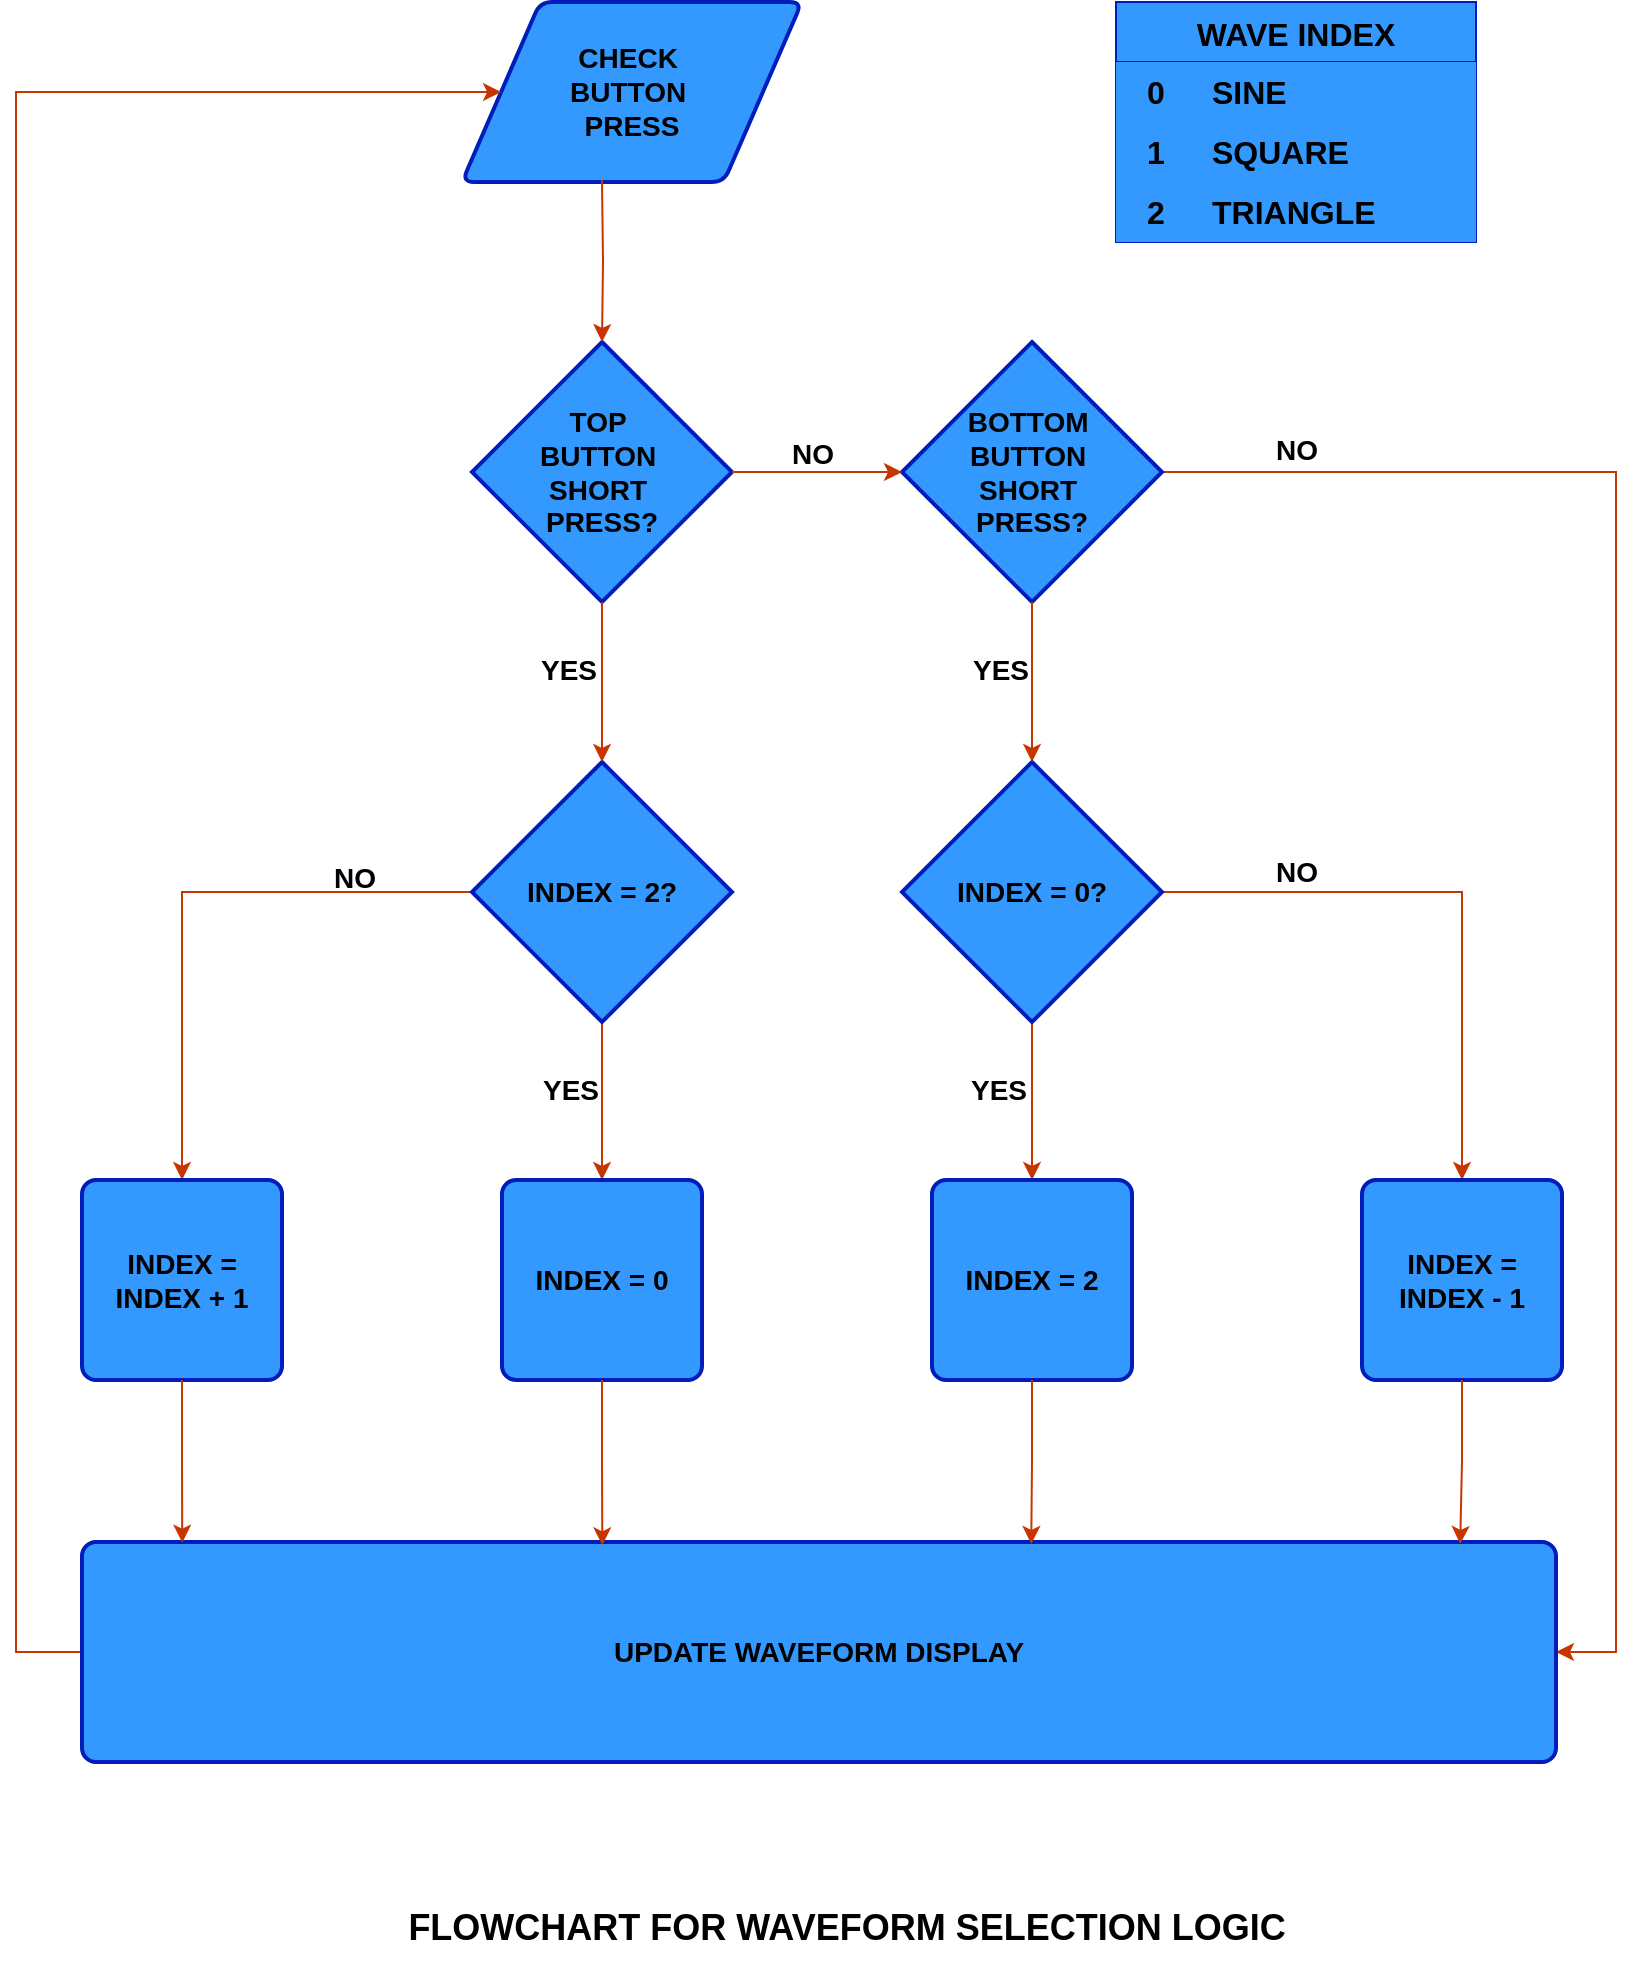
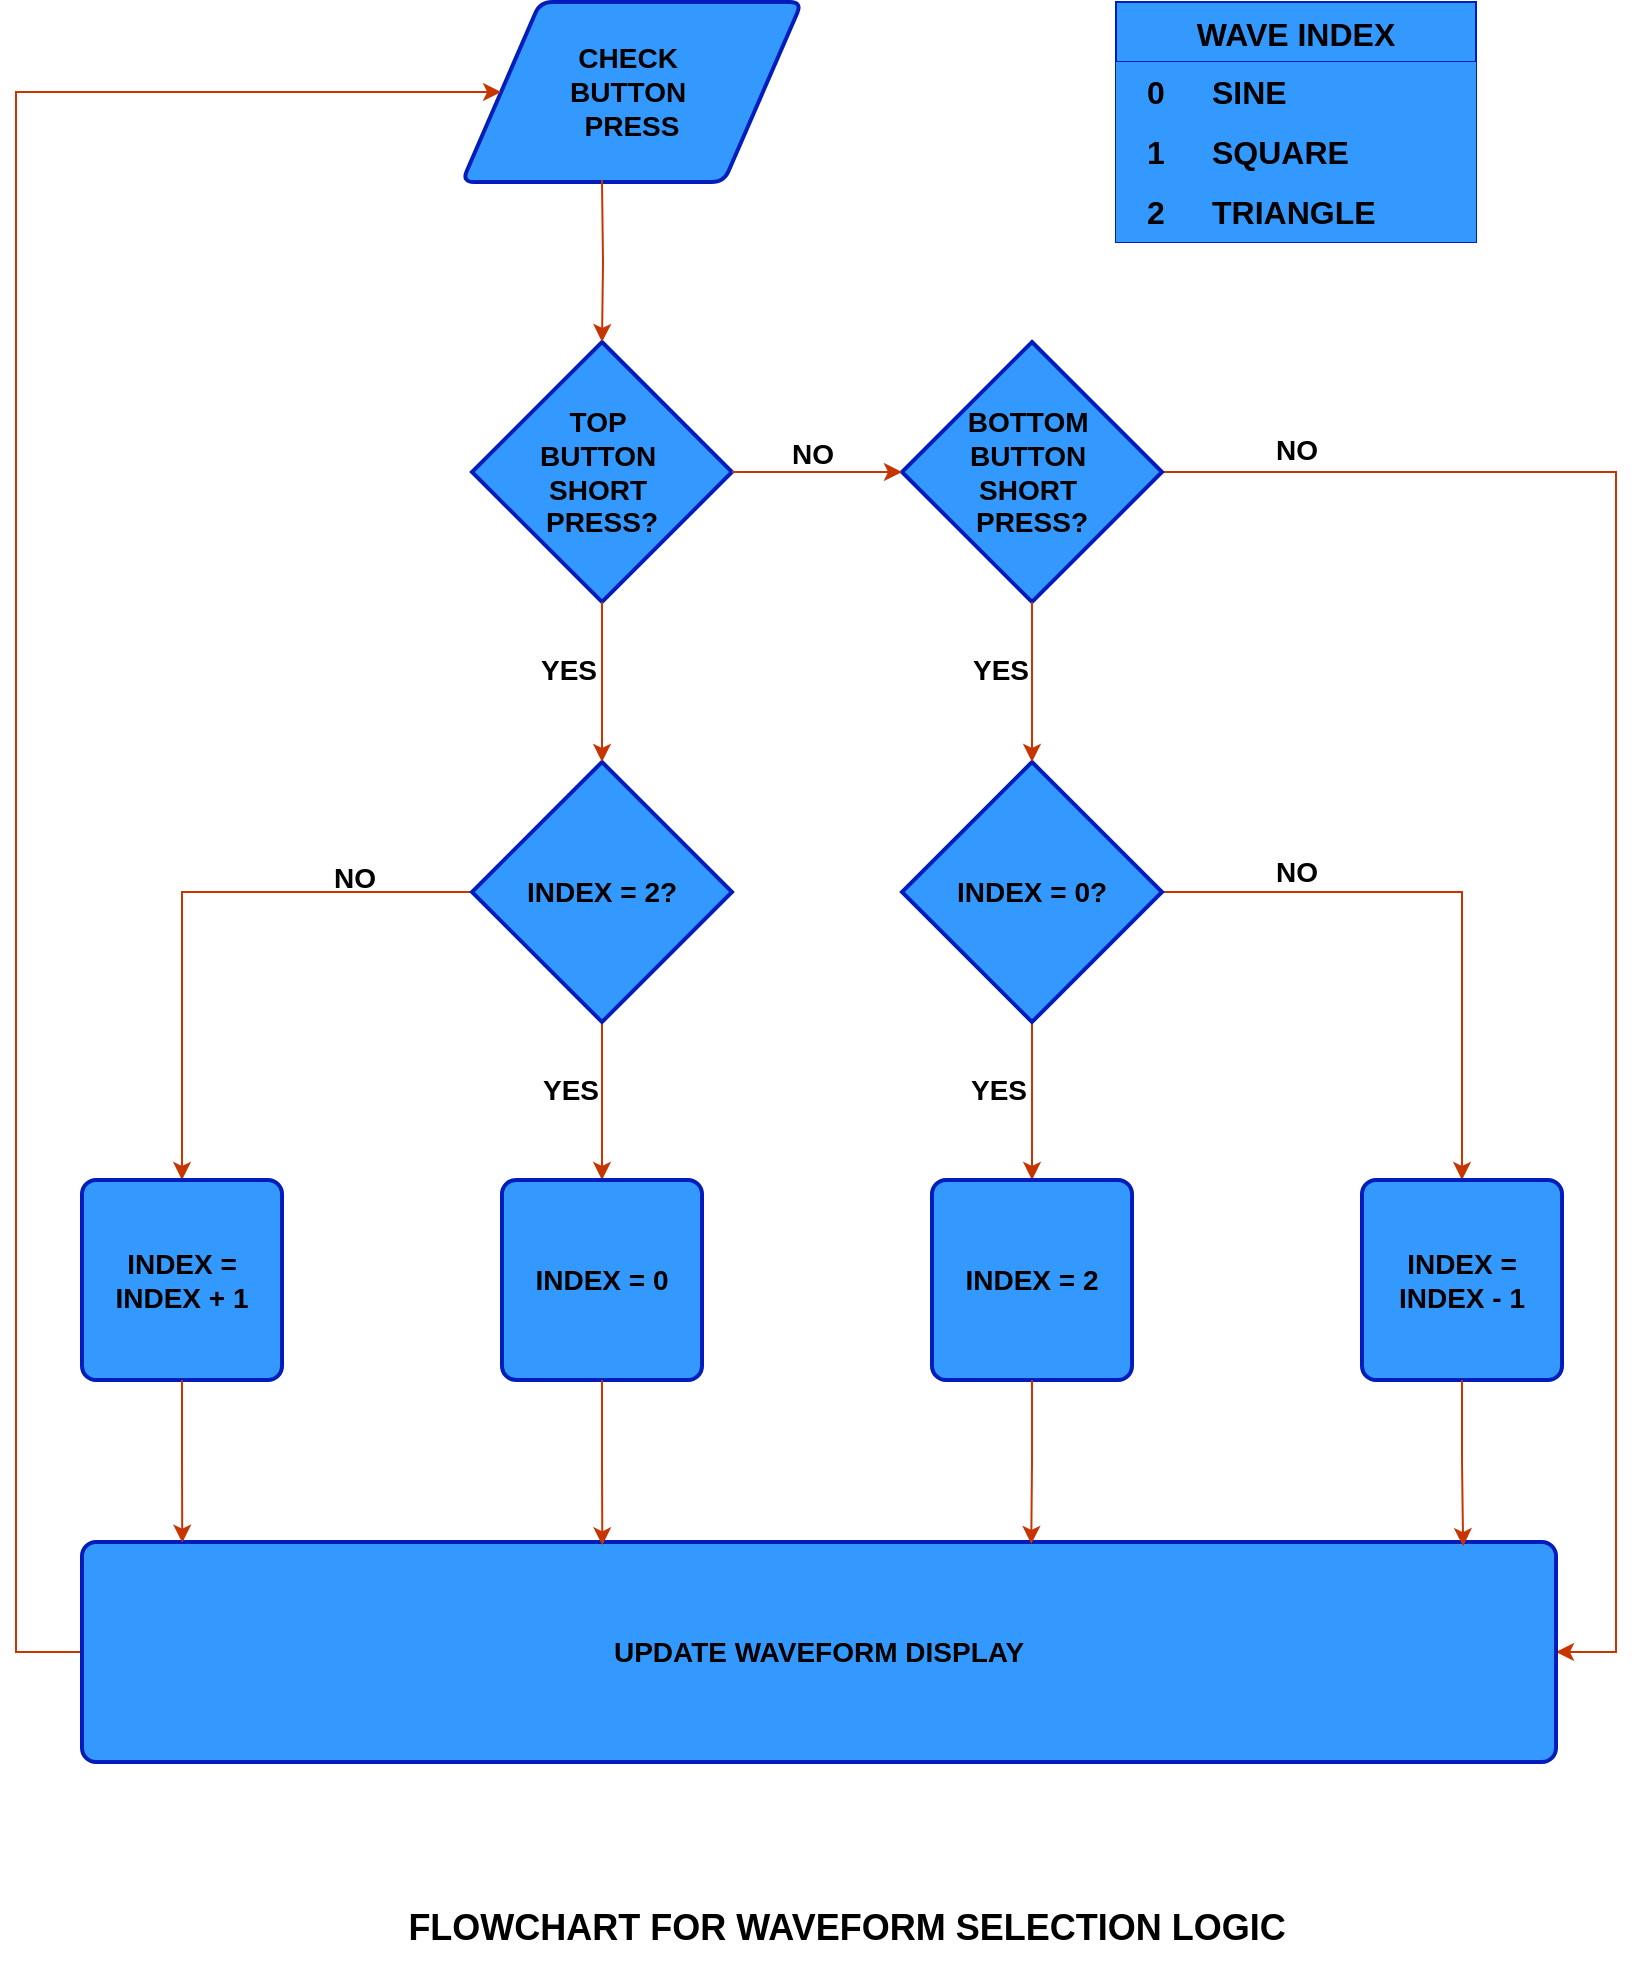
<mxfile host="Electron" agent="Mozilla/5.0 (Windows NT 10.0; Win64; x64) AppleWebKit/537.36 (KHTML, like Gecko) draw.io/25.0.2 Chrome/128.0.6613.186 Electron/32.2.5 Safari/537.36" version="25.0.2">
  <diagram name="Page-1" id="e5k1PKkikRhb9cdgyxIi">
-     <mxGraphModel dx="880" dy="540" grid="1" gridSize="10" guides="1" tooltips="1" connect="1" arrows="1" fold="1" page="1" pageScale="1" pageWidth="850" pageHeight="1100" math="0" shadow="0">
+     <mxGraphModel dx="476" dy="292" grid="1" gridSize="10" guides="1" tooltips="1" connect="1" arrows="1" fold="1" page="1" pageScale="1" pageWidth="850" pageHeight="1100" math="0" shadow="0">
      <root>
        <mxCell id="0" />
        <mxCell id="1" parent="0" />
        <mxCell id="WsLoB2kRwpurbYqmuZyA-1" value="&lt;font color=&quot;#000000&quot; style=&quot;font-size: 14px;&quot;&gt;&lt;b&gt;CHECK&amp;nbsp;&lt;/b&gt;&lt;/font&gt;&lt;div&gt;&lt;font color=&quot;#000000&quot; style=&quot;font-size: 14px;&quot;&gt;&lt;b&gt;BUTTON&amp;nbsp;&lt;/b&gt;&lt;/font&gt;&lt;/div&gt;&lt;div&gt;&lt;font color=&quot;#000000&quot; style=&quot;font-size: 14px;&quot;&gt;&lt;b&gt;PRESS&lt;/b&gt;&lt;/font&gt;&lt;/div&gt;" style="shape=parallelogram;html=1;strokeWidth=2;perimeter=parallelogramPerimeter;whiteSpace=wrap;rounded=1;arcSize=12;size=0.23;fillColor=#3399FF;fontColor=#ffffff;strokeColor=#001DBC;" parent="1" vertex="1">
          <mxGeometry x="233" y="70" width="170" height="90" as="geometry" />
        </mxCell>
        <mxCell id="WsLoB2kRwpurbYqmuZyA-2" value="&lt;b&gt;&lt;font style=&quot;font-size: 14px;&quot; color=&quot;#000000&quot;&gt;TOP&amp;nbsp;&lt;/font&gt;&lt;/b&gt;&lt;div&gt;&lt;b&gt;&lt;font style=&quot;font-size: 14px;&quot; color=&quot;#000000&quot;&gt;BUTTON&amp;nbsp;&lt;/font&gt;&lt;/b&gt;&lt;/div&gt;&lt;div&gt;&lt;b&gt;&lt;font style=&quot;font-size: 14px;&quot; color=&quot;#000000&quot;&gt;SHORT&amp;nbsp;&lt;/font&gt;&lt;/b&gt;&lt;/div&gt;&lt;div&gt;&lt;b&gt;&lt;font style=&quot;font-size: 14px;&quot; color=&quot;#000000&quot;&gt;PRESS?&lt;/font&gt;&lt;/b&gt;&lt;/div&gt;" style="strokeWidth=2;html=1;shape=mxgraph.flowchart.decision;whiteSpace=wrap;fillColor=#3399FF;fontColor=#ffffff;strokeColor=#001DBC;" parent="1" vertex="1">
          <mxGeometry x="238" y="240" width="130" height="130" as="geometry" />
        </mxCell>
        <mxCell id="WsLoB2kRwpurbYqmuZyA-18" style="edgeStyle=orthogonalEdgeStyle;rounded=0;orthogonalLoop=1;jettySize=auto;html=1;exitX=0.5;exitY=1;exitDx=0;exitDy=0;exitPerimeter=0;entryX=0.5;entryY=0;entryDx=0;entryDy=0;fillColor=#fa6800;strokeColor=#C73500;" parent="1" source="WsLoB2kRwpurbYqmuZyA-3" target="WsLoB2kRwpurbYqmuZyA-6" edge="1">
          <mxGeometry relative="1" as="geometry" />
        </mxCell>
        <mxCell id="WsLoB2kRwpurbYqmuZyA-46" style="edgeStyle=orthogonalEdgeStyle;rounded=0;orthogonalLoop=1;jettySize=auto;html=1;exitX=0;exitY=0.5;exitDx=0;exitDy=0;exitPerimeter=0;entryX=0.5;entryY=0;entryDx=0;entryDy=0;fillColor=#fa6800;strokeColor=#C73500;" parent="1" source="WsLoB2kRwpurbYqmuZyA-3" target="WsLoB2kRwpurbYqmuZyA-8" edge="1">
          <mxGeometry relative="1" as="geometry" />
        </mxCell>
        <mxCell id="WsLoB2kRwpurbYqmuZyA-3" value="&lt;b&gt;&lt;font style=&quot;font-size: 14px;&quot; color=&quot;#000000&quot;&gt;INDEX = 2?&lt;/font&gt;&lt;/b&gt;" style="strokeWidth=2;html=1;shape=mxgraph.flowchart.decision;whiteSpace=wrap;fillColor=#3399FF;fontColor=#ffffff;strokeColor=#001DBC;" parent="1" vertex="1">
          <mxGeometry x="238" y="450" width="130" height="130" as="geometry" />
        </mxCell>
        <mxCell id="WsLoB2kRwpurbYqmuZyA-42" style="edgeStyle=orthogonalEdgeStyle;rounded=0;orthogonalLoop=1;jettySize=auto;html=1;exitX=1;exitY=0.5;exitDx=0;exitDy=0;exitPerimeter=0;entryX=1;entryY=0.5;entryDx=0;entryDy=0;fillColor=#fa6800;strokeColor=#C73500;" parent="1" source="WsLoB2kRwpurbYqmuZyA-4" target="WsLoB2kRwpurbYqmuZyA-10" edge="1">
          <mxGeometry relative="1" as="geometry">
            <Array as="points">
              <mxPoint x="810" y="305" />
              <mxPoint x="810" y="895" />
            </Array>
          </mxGeometry>
        </mxCell>
        <mxCell id="WsLoB2kRwpurbYqmuZyA-4" value="&lt;div&gt;&lt;b&gt;&lt;font style=&quot;font-size: 14px;&quot; color=&quot;#000000&quot;&gt;&lt;span style=&quot;background-color: initial;&quot;&gt;BOTTOM&amp;nbsp;&lt;/span&gt;&lt;/font&gt;&lt;/b&gt;&lt;/div&gt;&lt;div&gt;&lt;b&gt;&lt;font style=&quot;font-size: 14px;&quot; color=&quot;#000000&quot;&gt;&lt;span style=&quot;background-color: initial;&quot;&gt;BUTTON&amp;nbsp;&lt;/span&gt;&lt;br&gt;&lt;/font&gt;&lt;/b&gt;&lt;/div&gt;&lt;div&gt;&lt;b&gt;&lt;font style=&quot;font-size: 14px;&quot; color=&quot;#000000&quot;&gt;SHORT&amp;nbsp;&lt;/font&gt;&lt;/b&gt;&lt;/div&gt;&lt;div&gt;&lt;b&gt;&lt;font style=&quot;font-size: 14px;&quot; color=&quot;#000000&quot;&gt;PRESS?&lt;/font&gt;&lt;/b&gt;&lt;/div&gt;" style="strokeWidth=2;html=1;shape=mxgraph.flowchart.decision;whiteSpace=wrap;fillColor=#3399FF;fontColor=#ffffff;strokeColor=#001DBC;" parent="1" vertex="1">
          <mxGeometry x="453" y="240" width="130" height="130" as="geometry" />
        </mxCell>
        <mxCell id="WsLoB2kRwpurbYqmuZyA-17" style="edgeStyle=orthogonalEdgeStyle;rounded=0;orthogonalLoop=1;jettySize=auto;html=1;exitX=0.5;exitY=1;exitDx=0;exitDy=0;exitPerimeter=0;entryX=0.5;entryY=0;entryDx=0;entryDy=0;fillColor=#fa6800;strokeColor=#C73500;" parent="1" source="WsLoB2kRwpurbYqmuZyA-5" target="WsLoB2kRwpurbYqmuZyA-7" edge="1">
          <mxGeometry relative="1" as="geometry" />
        </mxCell>
        <mxCell id="WsLoB2kRwpurbYqmuZyA-19" style="edgeStyle=orthogonalEdgeStyle;rounded=0;orthogonalLoop=1;jettySize=auto;html=1;exitX=1;exitY=0.5;exitDx=0;exitDy=0;exitPerimeter=0;entryX=0.5;entryY=0;entryDx=0;entryDy=0;fillColor=#fa6800;strokeColor=#C73500;" parent="1" source="WsLoB2kRwpurbYqmuZyA-5" target="WsLoB2kRwpurbYqmuZyA-9" edge="1">
          <mxGeometry relative="1" as="geometry" />
        </mxCell>
        <mxCell id="WsLoB2kRwpurbYqmuZyA-5" value="&lt;b&gt;&lt;font style=&quot;font-size: 14px;&quot; color=&quot;#000000&quot;&gt;INDEX = 0?&lt;/font&gt;&lt;/b&gt;" style="strokeWidth=2;html=1;shape=mxgraph.flowchart.decision;whiteSpace=wrap;fillColor=#3399FF;fontColor=#ffffff;strokeColor=#001DBC;" parent="1" vertex="1">
          <mxGeometry x="453" y="450" width="130" height="130" as="geometry" />
        </mxCell>
        <mxCell id="WsLoB2kRwpurbYqmuZyA-6" value="&lt;b&gt;&lt;font color=&quot;#000000&quot; style=&quot;font-size: 14px;&quot;&gt;INDEX = 0&lt;/font&gt;&lt;/b&gt;" style="rounded=1;whiteSpace=wrap;html=1;absoluteArcSize=1;arcSize=14;strokeWidth=2;fillColor=#3399FF;fontColor=#ffffff;strokeColor=#001DBC;" parent="1" vertex="1">
          <mxGeometry x="253" y="659" width="100" height="100" as="geometry" />
        </mxCell>
        <mxCell id="WsLoB2kRwpurbYqmuZyA-7" value="&lt;b&gt;&lt;font color=&quot;#000000&quot; style=&quot;font-size: 14px;&quot;&gt;INDEX = 2&lt;/font&gt;&lt;/b&gt;" style="rounded=1;whiteSpace=wrap;html=1;absoluteArcSize=1;arcSize=14;strokeWidth=2;fillColor=#3399FF;fontColor=#ffffff;strokeColor=#001DBC;" parent="1" vertex="1">
          <mxGeometry x="468" y="659" width="100" height="100" as="geometry" />
        </mxCell>
        <mxCell id="WsLoB2kRwpurbYqmuZyA-8" value="&lt;b&gt;&lt;font style=&quot;font-size: 14px;&quot; color=&quot;#000000&quot;&gt;INDEX = INDEX + 1&lt;/font&gt;&lt;/b&gt;" style="rounded=1;whiteSpace=wrap;html=1;absoluteArcSize=1;arcSize=14;strokeWidth=2;fillColor=#3399FF;fontColor=#ffffff;strokeColor=#001DBC;" parent="1" vertex="1">
          <mxGeometry x="43" y="659" width="100" height="100" as="geometry" />
        </mxCell>
        <mxCell id="WsLoB2kRwpurbYqmuZyA-9" value="&lt;b&gt;&lt;font style=&quot;font-size: 14px;&quot; color=&quot;#000000&quot;&gt;INDEX = INDEX - 1&lt;/font&gt;&lt;/b&gt;" style="rounded=1;whiteSpace=wrap;html=1;absoluteArcSize=1;arcSize=14;strokeWidth=2;fillColor=#3399FF;fontColor=#ffffff;strokeColor=#001DBC;" parent="1" vertex="1">
          <mxGeometry x="683" y="659" width="100" height="100" as="geometry" />
        </mxCell>
        <mxCell id="WsLoB2kRwpurbYqmuZyA-43" style="edgeStyle=orthogonalEdgeStyle;rounded=0;orthogonalLoop=1;jettySize=auto;html=1;exitX=0;exitY=0.5;exitDx=0;exitDy=0;entryX=0;entryY=0.5;entryDx=0;entryDy=0;fillColor=#fa6800;strokeColor=#C73500;" parent="1" source="WsLoB2kRwpurbYqmuZyA-10" target="WsLoB2kRwpurbYqmuZyA-1" edge="1">
          <mxGeometry relative="1" as="geometry">
            <Array as="points">
              <mxPoint x="10" y="895" />
              <mxPoint x="10" y="115" />
            </Array>
          </mxGeometry>
        </mxCell>
        <mxCell id="WsLoB2kRwpurbYqmuZyA-10" value="&lt;b&gt;&lt;font color=&quot;#000000&quot; style=&quot;font-size: 14px;&quot;&gt;UPDATE WAVEFORM DISPLAY&lt;/font&gt;&lt;/b&gt;" style="rounded=1;whiteSpace=wrap;html=1;absoluteArcSize=1;arcSize=14;strokeWidth=2;fillColor=#3399FF;fontColor=#ffffff;strokeColor=#001DBC;" parent="1" vertex="1">
          <mxGeometry x="43" y="840" width="737" height="110" as="geometry" />
        </mxCell>
        <mxCell id="WsLoB2kRwpurbYqmuZyA-13" style="edgeStyle=orthogonalEdgeStyle;rounded=0;orthogonalLoop=1;jettySize=auto;html=1;entryX=0.5;entryY=0;entryDx=0;entryDy=0;entryPerimeter=0;fillColor=#fa6800;strokeColor=#C73500;" parent="1" target="WsLoB2kRwpurbYqmuZyA-2" edge="1">
          <mxGeometry relative="1" as="geometry">
            <mxPoint x="303" y="159" as="sourcePoint" />
            <mxPoint x="303" y="229" as="targetPoint" />
            <Array as="points" />
          </mxGeometry>
        </mxCell>
        <mxCell id="WsLoB2kRwpurbYqmuZyA-14" style="edgeStyle=orthogonalEdgeStyle;rounded=0;orthogonalLoop=1;jettySize=auto;html=1;exitX=0.5;exitY=1;exitDx=0;exitDy=0;exitPerimeter=0;entryX=0.5;entryY=0;entryDx=0;entryDy=0;entryPerimeter=0;fillColor=#fa6800;strokeColor=#C73500;" parent="1" source="WsLoB2kRwpurbYqmuZyA-2" target="WsLoB2kRwpurbYqmuZyA-3" edge="1">
          <mxGeometry relative="1" as="geometry" />
        </mxCell>
        <mxCell id="WsLoB2kRwpurbYqmuZyA-15" style="edgeStyle=orthogonalEdgeStyle;rounded=0;orthogonalLoop=1;jettySize=auto;html=1;exitX=1;exitY=0.5;exitDx=0;exitDy=0;exitPerimeter=0;entryX=0;entryY=0.5;entryDx=0;entryDy=0;entryPerimeter=0;fillColor=#fa6800;strokeColor=#C73500;" parent="1" source="WsLoB2kRwpurbYqmuZyA-2" target="WsLoB2kRwpurbYqmuZyA-4" edge="1">
          <mxGeometry relative="1" as="geometry" />
        </mxCell>
        <mxCell id="WsLoB2kRwpurbYqmuZyA-16" style="edgeStyle=orthogonalEdgeStyle;rounded=0;orthogonalLoop=1;jettySize=auto;html=1;exitX=0.5;exitY=1;exitDx=0;exitDy=0;exitPerimeter=0;entryX=0.5;entryY=0;entryDx=0;entryDy=0;entryPerimeter=0;fillColor=#fa6800;strokeColor=#C73500;" parent="1" source="WsLoB2kRwpurbYqmuZyA-4" target="WsLoB2kRwpurbYqmuZyA-5" edge="1">
-           <mxGeometry relative="1" as="geometry" />
-         </mxCell>
-         <mxCell id="WsLoB2kRwpurbYqmuZyA-38" style="edgeStyle=orthogonalEdgeStyle;rounded=0;orthogonalLoop=1;jettySize=auto;html=1;exitX=0.5;exitY=1;exitDx=0;exitDy=0;entryX=0.935;entryY=0.009;entryDx=0;entryDy=0;entryPerimeter=0;fillColor=#fa6800;strokeColor=#C73500;" parent="1" source="WsLoB2kRwpurbYqmuZyA-9" target="WsLoB2kRwpurbYqmuZyA-10" edge="1">
          <mxGeometry relative="1" as="geometry" />
        </mxCell>
        <mxCell id="WsLoB2kRwpurbYqmuZyA-39" style="edgeStyle=orthogonalEdgeStyle;rounded=0;orthogonalLoop=1;jettySize=auto;html=1;exitX=0.5;exitY=1;exitDx=0;exitDy=0;entryX=0.644;entryY=0.009;entryDx=0;entryDy=0;entryPerimeter=0;fillColor=#fa6800;strokeColor=#C73500;" parent="1" source="WsLoB2kRwpurbYqmuZyA-7" target="WsLoB2kRwpurbYqmuZyA-10" edge="1">
          <mxGeometry relative="1" as="geometry" />
        </mxCell>
        <mxCell id="WsLoB2kRwpurbYqmuZyA-40" style="edgeStyle=orthogonalEdgeStyle;rounded=0;orthogonalLoop=1;jettySize=auto;html=1;exitX=0.5;exitY=1;exitDx=0;exitDy=0;entryX=0.353;entryY=0.015;entryDx=0;entryDy=0;entryPerimeter=0;fillColor=#fa6800;strokeColor=#C73500;" parent="1" source="WsLoB2kRwpurbYqmuZyA-6" target="WsLoB2kRwpurbYqmuZyA-10" edge="1">
          <mxGeometry relative="1" as="geometry" />
        </mxCell>
        <mxCell id="WsLoB2kRwpurbYqmuZyA-41" style="edgeStyle=orthogonalEdgeStyle;rounded=0;orthogonalLoop=1;jettySize=auto;html=1;exitX=0.5;exitY=1;exitDx=0;exitDy=0;entryX=0.068;entryY=0.003;entryDx=0;entryDy=0;entryPerimeter=0;fillColor=#fa6800;strokeColor=#C73500;" parent="1" source="WsLoB2kRwpurbYqmuZyA-8" target="WsLoB2kRwpurbYqmuZyA-10" edge="1">
          <mxGeometry relative="1" as="geometry" />
        </mxCell>
        <mxCell id="WsLoB2kRwpurbYqmuZyA-44" value="&lt;font color=&quot;#000000&quot; style=&quot;font-size: 14px;&quot;&gt;&lt;b&gt;YES&lt;/b&gt;&lt;/font&gt;" style="text;html=1;align=center;verticalAlign=middle;resizable=0;points=[];autosize=1;strokeColor=none;fillColor=none;" parent="1" vertex="1">
          <mxGeometry x="261" y="389" width="50" height="30" as="geometry" />
        </mxCell>
        <mxCell id="WsLoB2kRwpurbYqmuZyA-45" value="&lt;b&gt;&lt;font style=&quot;font-size: 14px;&quot; color=&quot;#000000&quot;&gt;NO&lt;/font&gt;&lt;/b&gt;" style="text;html=1;align=center;verticalAlign=middle;resizable=0;points=[];autosize=1;strokeColor=none;fillColor=none;" parent="1" vertex="1">
          <mxGeometry x="388" y="281" width="40" height="30" as="geometry" />
        </mxCell>
        <mxCell id="WsLoB2kRwpurbYqmuZyA-47" value="&lt;font color=&quot;#000000&quot; style=&quot;font-size: 14px;&quot;&gt;&lt;b&gt;YES&lt;/b&gt;&lt;/font&gt;" style="text;html=1;align=center;verticalAlign=middle;resizable=0;points=[];autosize=1;strokeColor=none;fillColor=none;" parent="1" vertex="1">
          <mxGeometry x="262" y="599" width="50" height="30" as="geometry" />
        </mxCell>
        <mxCell id="WsLoB2kRwpurbYqmuZyA-48" value="&lt;b&gt;&lt;font style=&quot;font-size: 14px;&quot; color=&quot;#000000&quot;&gt;NO&lt;/font&gt;&lt;/b&gt;" style="text;html=1;align=center;verticalAlign=middle;resizable=0;points=[];autosize=1;strokeColor=none;fillColor=none;" parent="1" vertex="1">
          <mxGeometry x="159" y="493" width="40" height="30" as="geometry" />
        </mxCell>
        <mxCell id="WsLoB2kRwpurbYqmuZyA-49" value="&lt;font color=&quot;#000000&quot; style=&quot;font-size: 14px;&quot;&gt;&lt;b&gt;YES&lt;/b&gt;&lt;/font&gt;" style="text;html=1;align=center;verticalAlign=middle;resizable=0;points=[];autosize=1;strokeColor=none;fillColor=none;" parent="1" vertex="1">
          <mxGeometry x="477" y="389" width="50" height="30" as="geometry" />
        </mxCell>
        <mxCell id="WsLoB2kRwpurbYqmuZyA-50" value="&lt;font color=&quot;#000000&quot; style=&quot;font-size: 14px;&quot;&gt;&lt;b&gt;YES&lt;/b&gt;&lt;/font&gt;" style="text;html=1;align=center;verticalAlign=middle;resizable=0;points=[];autosize=1;strokeColor=none;fillColor=none;" parent="1" vertex="1">
          <mxGeometry x="476" y="599" width="50" height="30" as="geometry" />
        </mxCell>
        <mxCell id="WsLoB2kRwpurbYqmuZyA-51" value="&lt;b&gt;&lt;font style=&quot;font-size: 14px;&quot; color=&quot;#000000&quot;&gt;NO&lt;/font&gt;&lt;/b&gt;" style="text;html=1;align=center;verticalAlign=middle;resizable=0;points=[];autosize=1;strokeColor=none;fillColor=none;" parent="1" vertex="1">
          <mxGeometry x="630" y="490" width="40" height="30" as="geometry" />
        </mxCell>
        <mxCell id="WsLoB2kRwpurbYqmuZyA-52" value="&lt;b&gt;&lt;font style=&quot;font-size: 14px;&quot; color=&quot;#000000&quot;&gt;NO&lt;/font&gt;&lt;/b&gt;" style="text;html=1;align=center;verticalAlign=middle;resizable=0;points=[];autosize=1;strokeColor=none;fillColor=none;" parent="1" vertex="1">
          <mxGeometry x="630" y="279" width="40" height="30" as="geometry" />
        </mxCell>
        <mxCell id="WsLoB2kRwpurbYqmuZyA-54" value="WAVE INDEX" style="shape=table;startSize=30;container=1;collapsible=0;childLayout=tableLayout;fixedRows=1;rowLines=0;fontStyle=1;strokeColor=#001DBC;fontSize=16;fontColor=#000000;fillColor=#3399FF;" parent="1" vertex="1">
          <mxGeometry x="560" y="70" width="180" height="120" as="geometry" />
        </mxCell>
        <mxCell id="WsLoB2kRwpurbYqmuZyA-55" value="" style="shape=tableRow;horizontal=0;startSize=0;swimlaneHead=0;swimlaneBody=0;top=0;left=0;bottom=0;right=0;collapsible=0;dropTarget=0;fillColor=none;points=[[0,0.5],[1,0.5]];portConstraint=eastwest;strokeColor=inherit;fontSize=16;" parent="WsLoB2kRwpurbYqmuZyA-54" vertex="1">
          <mxGeometry y="30" width="180" height="30" as="geometry" />
        </mxCell>
        <mxCell id="WsLoB2kRwpurbYqmuZyA-56" value="&lt;b&gt;&lt;font color=&quot;#000000&quot;&gt;0&lt;/font&gt;&lt;/b&gt;" style="shape=partialRectangle;html=1;whiteSpace=wrap;connectable=0;fillColor=#3399FF;top=0;left=0;bottom=0;right=0;overflow=hidden;pointerEvents=1;strokeColor=#001DBC;fontSize=16;fontColor=#ffffff;" parent="WsLoB2kRwpurbYqmuZyA-55" vertex="1">
          <mxGeometry width="40" height="30" as="geometry">
            <mxRectangle width="40" height="30" as="alternateBounds" />
          </mxGeometry>
        </mxCell>
        <mxCell id="WsLoB2kRwpurbYqmuZyA-57" value="&lt;b&gt;&lt;font color=&quot;#000000&quot;&gt;SINE&lt;/font&gt;&lt;/b&gt;" style="shape=partialRectangle;html=1;whiteSpace=wrap;connectable=0;fillColor=#3399FF;top=0;left=0;bottom=0;right=0;align=left;spacingLeft=6;overflow=hidden;strokeColor=#001DBC;fontSize=16;fontColor=#ffffff;" parent="WsLoB2kRwpurbYqmuZyA-55" vertex="1">
          <mxGeometry x="40" width="140" height="30" as="geometry">
            <mxRectangle width="140" height="30" as="alternateBounds" />
          </mxGeometry>
        </mxCell>
        <mxCell id="WsLoB2kRwpurbYqmuZyA-58" value="" style="shape=tableRow;horizontal=0;startSize=0;swimlaneHead=0;swimlaneBody=0;top=0;left=0;bottom=0;right=0;collapsible=0;dropTarget=0;fillColor=none;points=[[0,0.5],[1,0.5]];portConstraint=eastwest;strokeColor=inherit;fontSize=16;" parent="WsLoB2kRwpurbYqmuZyA-54" vertex="1">
          <mxGeometry y="60" width="180" height="30" as="geometry" />
        </mxCell>
        <mxCell id="WsLoB2kRwpurbYqmuZyA-59" value="&lt;b&gt;&lt;font color=&quot;#000000&quot;&gt;1&lt;/font&gt;&lt;/b&gt;" style="shape=partialRectangle;html=1;whiteSpace=wrap;connectable=0;fillColor=#3399FF;top=0;left=0;bottom=0;right=0;overflow=hidden;strokeColor=#001DBC;fontSize=16;fontColor=#ffffff;" parent="WsLoB2kRwpurbYqmuZyA-58" vertex="1">
          <mxGeometry width="40" height="30" as="geometry">
            <mxRectangle width="40" height="30" as="alternateBounds" />
          </mxGeometry>
        </mxCell>
        <mxCell id="WsLoB2kRwpurbYqmuZyA-60" value="&lt;b&gt;&lt;font color=&quot;#000000&quot;&gt;SQUARE&lt;/font&gt;&lt;/b&gt;" style="shape=partialRectangle;html=1;whiteSpace=wrap;connectable=0;fillColor=#3399FF;top=0;left=0;bottom=0;right=0;align=left;spacingLeft=6;overflow=hidden;strokeColor=#001DBC;fontSize=16;fontColor=#ffffff;" parent="WsLoB2kRwpurbYqmuZyA-58" vertex="1">
          <mxGeometry x="40" width="140" height="30" as="geometry">
            <mxRectangle width="140" height="30" as="alternateBounds" />
          </mxGeometry>
        </mxCell>
        <mxCell id="WsLoB2kRwpurbYqmuZyA-61" value="" style="shape=tableRow;horizontal=0;startSize=0;swimlaneHead=0;swimlaneBody=0;top=0;left=0;bottom=0;right=0;collapsible=0;dropTarget=0;fillColor=none;points=[[0,0.5],[1,0.5]];portConstraint=eastwest;strokeColor=inherit;fontSize=16;" parent="WsLoB2kRwpurbYqmuZyA-54" vertex="1">
          <mxGeometry y="90" width="180" height="30" as="geometry" />
        </mxCell>
        <mxCell id="WsLoB2kRwpurbYqmuZyA-62" value="&lt;b&gt;&lt;font color=&quot;#000000&quot;&gt;2&lt;/font&gt;&lt;/b&gt;" style="shape=partialRectangle;html=1;whiteSpace=wrap;connectable=0;fillColor=#3399FF;top=0;left=0;bottom=0;right=0;overflow=hidden;strokeColor=#001DBC;fontSize=16;fontColor=#ffffff;" parent="WsLoB2kRwpurbYqmuZyA-61" vertex="1">
          <mxGeometry width="40" height="30" as="geometry">
            <mxRectangle width="40" height="30" as="alternateBounds" />
          </mxGeometry>
        </mxCell>
        <mxCell id="WsLoB2kRwpurbYqmuZyA-63" value="&lt;b&gt;&lt;font color=&quot;#000000&quot;&gt;TRIANGLE&lt;/font&gt;&lt;/b&gt;" style="shape=partialRectangle;html=1;whiteSpace=wrap;connectable=0;fillColor=#3399FF;top=0;left=0;bottom=0;right=0;align=left;spacingLeft=6;overflow=hidden;strokeColor=#001DBC;fontSize=16;fontColor=#ffffff;" parent="WsLoB2kRwpurbYqmuZyA-61" vertex="1">
          <mxGeometry x="40" width="140" height="30" as="geometry">
            <mxRectangle width="140" height="30" as="alternateBounds" />
          </mxGeometry>
        </mxCell>
        <mxCell id="WsLoB2kRwpurbYqmuZyA-77" value="&lt;font color=&quot;#000000&quot; style=&quot;font-size: 18px;&quot;&gt;&lt;b&gt;FLOWCHART FOR WAVEFORM SELECTION LOGIC&lt;/b&gt;&lt;/font&gt;" style="text;html=1;align=center;verticalAlign=middle;resizable=0;points=[];autosize=1;strokeColor=none;fillColor=none;" parent="1" vertex="1">
          <mxGeometry x="195" y="1013" width="460" height="40" as="geometry" />
        </mxCell>
+         <mxCell id="Bkc2eGfTqvFDwiqhTN_z-1" style="edgeStyle=orthogonalEdgeStyle;rounded=0;orthogonalLoop=1;jettySize=auto;html=1;exitX=0.5;exitY=1;exitDx=0;exitDy=0;entryX=0.937;entryY=0.019;entryDx=0;entryDy=0;entryPerimeter=0;strokeColor=#C73500;" edge="1" parent="1" source="WsLoB2kRwpurbYqmuZyA-9" target="WsLoB2kRwpurbYqmuZyA-10">
+           <mxGeometry relative="1" as="geometry" />
+         </mxCell>
      </root>
    </mxGraphModel>
  </diagram>
</mxfile>
